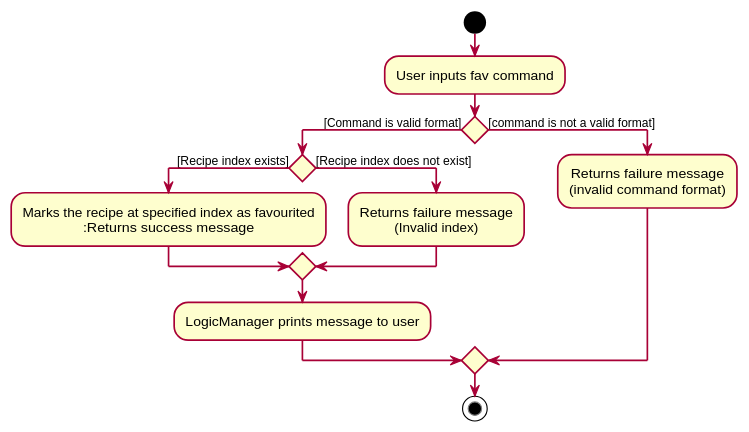
The PlantUML diagram docs/images/FavActivityDiagram.svg in nus-cs2103-AY1920S2/addressbook-level3, before a commit.
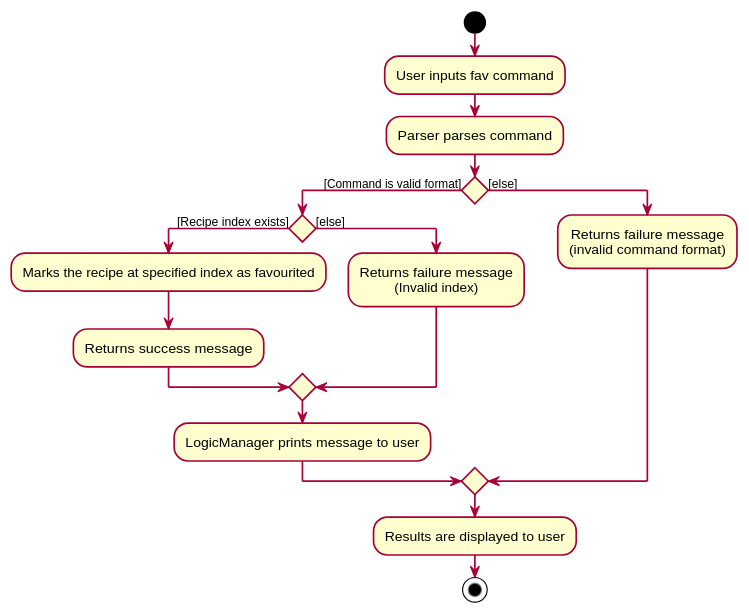
The same file after the commit.

The edit, as a diff of the source:
```diff
@@ -52,22 +52,26 @@
 start
 :User inputs fav command;
 
+:Parser parses command;
+
 If () then ([Command is valid format])
 
 If () then ([Recipe index exists])
-    :Marks the recipe at specified index as favourited
+    :Marks the recipe at specified index as favourited;
     :Returns success message;
-else ([Recipe index does not exist])
+else ([else])
     :Returns failure message
     (Invalid index);
 endif
 :LogicManager prints message to user;
 
-else ([command is not a valid format])
+else ([else])
     :Returns failure message
     (invalid command format);
 
 endif
 
+:Results are displayed to user;
+
 stop
 @enduml
```
